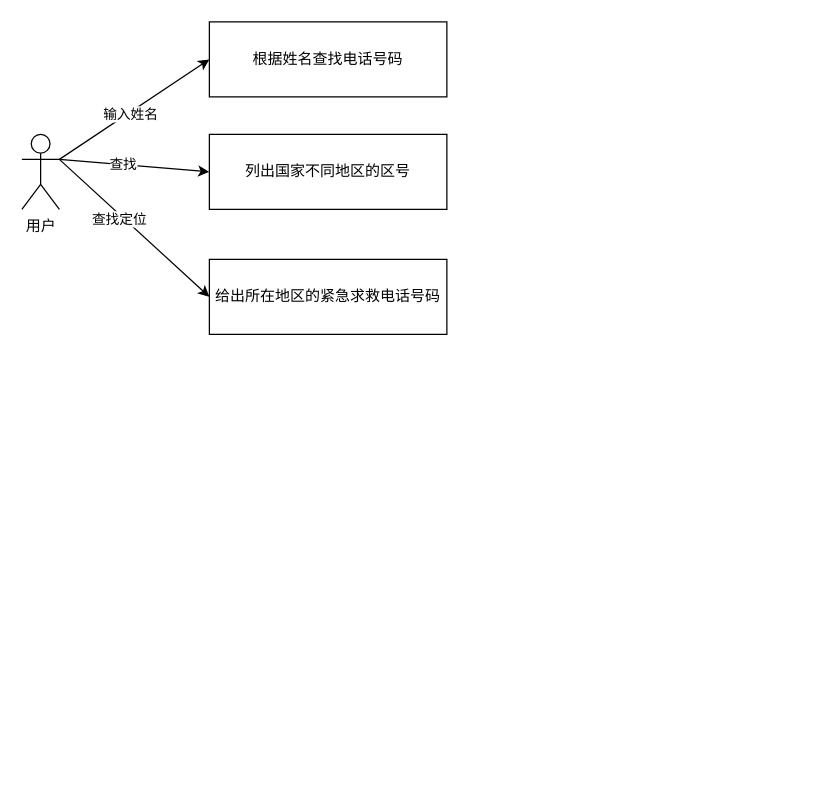
ShiaoYoung/homework keeps this draw.io diagram as Software Engineering/软工作业001.drawio. Above is the earlier version. Source tidied: cells renumbered, new cells numbered last; positions are measured from the earlier drawing's top-left corner, leaving out a move shared by most shapes. Both pictures are drawn from the tidied source at 125%, with x=0, y=0 at pixel (21, 21).
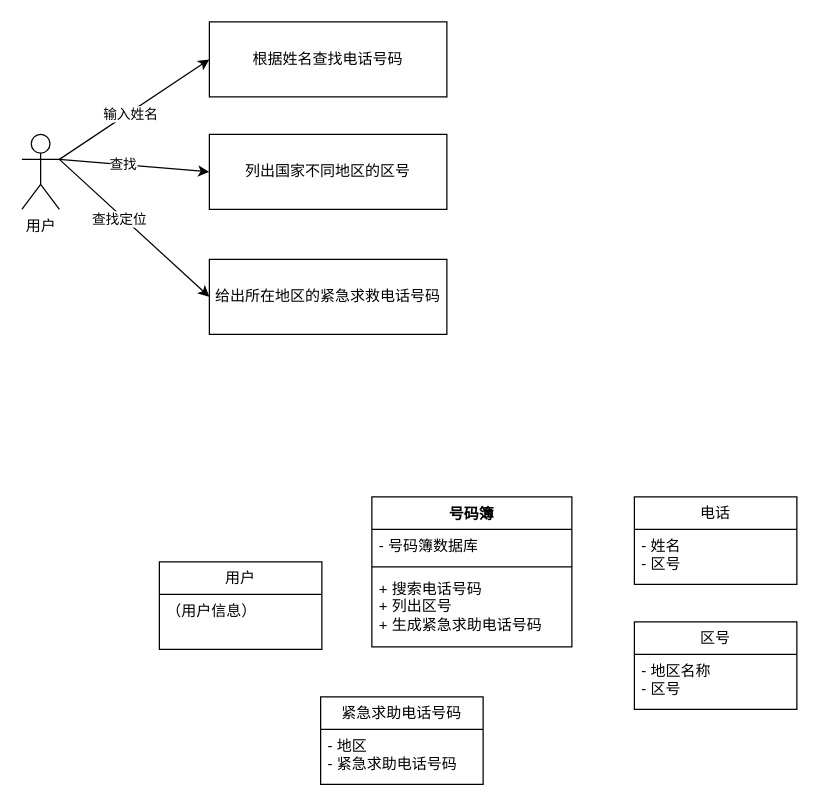
Above is the later version.

Commit message (it also covers changes not shown here):
更新软工作业001.drawio

The edit, as a diff of the source:
```diff
@@
+    <mxCell id="12" value="号码簿" style="swimlane;fontStyle=1;align=center;verticalAlign=top;horizontal=1;startSize=26;whiteSpace=wrap;html=1;" parent="1" vertex="1">
+      <mxGeometry x="280" y="380" width="160" height="120" as="geometry" />
+    </mxCell>
+    <mxCell id="13" value="- 号码簿数据库" style="text;strokeColor=none;fillColor=none;align=left;verticalAlign=top;spacingLeft=4;spacingRight=4;overflow=hidden;whiteSpace=wrap;html=1;" parent="12" vertex="1">
+      <mxGeometry y="26" width="160" height="26" as="geometry" />
+    </mxCell>
+    <mxCell id="14" style="line;strokeWidth=1;fillColor=none;align=left;verticalAlign=middle;spacingTop=-1;spacingLeft=3;spacingRight=3;labelPosition=right;strokeColor=inherit;" parent="12" vertex="1">
+      <mxGeometry y="52" width="160" height="8" as="geometry" />
+    </mxCell>
+    <mxCell id="15" value="+ 搜索电话号码&lt;div&gt;+ 列出区号&lt;/div&gt;&lt;div&gt;+ 生成紧急求助电话号码&lt;/div&gt;" style="text;strokeColor=none;fillColor=none;align=left;verticalAlign=top;spacingLeft=4;spacingRight=4;overflow=hidden;whiteSpace=wrap;html=1;" parent="12" vertex="1">
+      <mxGeometry y="60" width="160" height="60" as="geometry" />
+    </mxCell>
+    <mxCell id="16" value="电话" style="swimlane;fontStyle=0;horizontal=1;startSize=26;fillColor=none;whiteSpace=wrap;html=1;" parent="1" vertex="1">
+      <mxGeometry x="490" y="380" width="130" height="70" as="geometry" />
+    </mxCell>
+    <mxCell id="17" value="- 姓名&lt;div&gt;- 区号&lt;/div&gt;" style="text;strokeColor=none;fillColor=none;align=left;verticalAlign=top;spacingLeft=4;spacingRight=4;overflow=hidden;whiteSpace=wrap;html=1;" parent="16" vertex="1">
+      <mxGeometry y="26" width="130" height="44" as="geometry" />
+    </mxCell>
+    <mxCell id="18" value="区号" style="swimlane;fontStyle=0;horizontal=1;startSize=26;fillColor=none;whiteSpace=wrap;html=1;" parent="1" vertex="1">
+      <mxGeometry x="490" y="480" width="130" height="70" as="geometry" />
+    </mxCell>
+    <mxCell id="19" value="- 地区名称&lt;div&gt;- 区号&lt;/div&gt;" style="text;strokeColor=none;fillColor=none;align=left;verticalAlign=top;spacingLeft=4;spacingRight=4;overflow=hidden;whiteSpace=wrap;html=1;" parent="18" vertex="1">
+      <mxGeometry y="26" width="130" height="44" as="geometry" />
+    </mxCell>
+    <mxCell id="20" value="用户" style="swimlane;fontStyle=0;horizontal=1;startSize=26;fillColor=none;whiteSpace=wrap;html=1;" parent="1" vertex="1">
+      <mxGeometry x="110" y="432" width="130" height="70" as="geometry" />
+    </mxCell>
+    <mxCell id="21" value="（用户信息）" style="text;strokeColor=none;fillColor=none;align=left;verticalAlign=top;spacingLeft=4;spacingRight=4;overflow=hidden;whiteSpace=wrap;html=1;" parent="20" vertex="1">
+      <mxGeometry y="26" width="130" height="44" as="geometry" />
+    </mxCell>
+    <mxCell id="22" value="紧急求助电话号码" style="swimlane;fontStyle=0;horizontal=1;startSize=26;fillColor=none;whiteSpace=wrap;html=1;" parent="1" vertex="1">
+      <mxGeometry x="239" y="540" width="130" height="70" as="geometry" />
+    </mxCell>
+    <mxCell id="23" value="- 地区&lt;div&gt;-&amp;nbsp;&lt;span style=&quot;text-align: center; background-color: initial;&quot;&gt;紧急求助电话号码&lt;/span&gt;&lt;/div&gt;" style="text;strokeColor=none;fillColor=none;align=left;verticalAlign=top;spacingLeft=4;spacingRight=4;overflow=hidden;whiteSpace=wrap;html=1;" parent="22" vertex="1">
+      <mxGeometry y="26" width="130" height="44" as="geometry" />
+    </mxCell>
```
